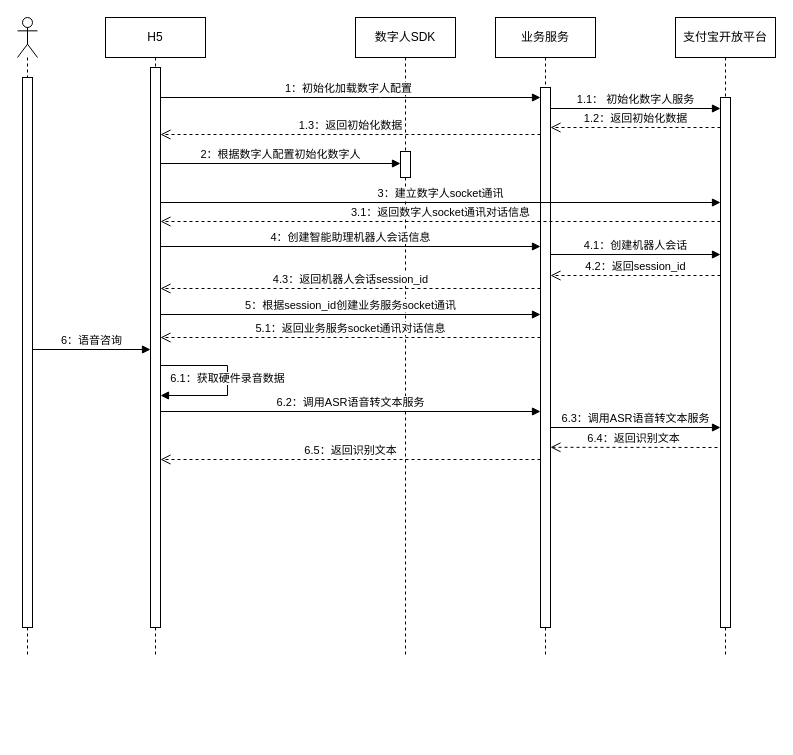
Earlier version of the draw.io diagram 数字人客服交互流程.drawio (zhuxuchao/zhuxuchao.github.io). Source tidied: cells renumbered, new cells numbered last; positions are measured from the earlier drawing's top-left corner, leaving out a move shared by most shapes. Both pictures are drawn from the tidied source at 100%, with x=0, y=0 at pixel (17, 17).
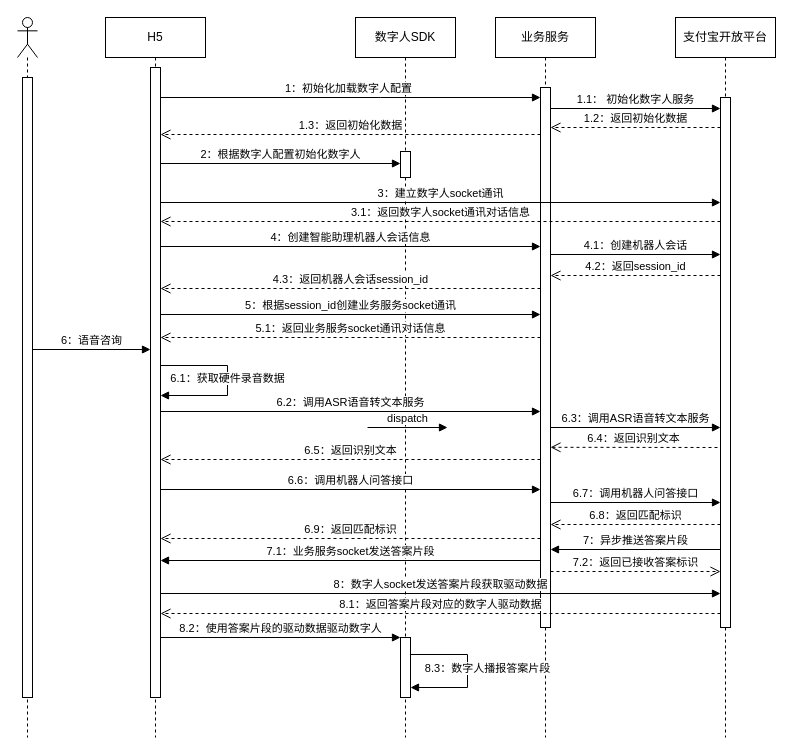
Above is the later version.

Commit message (it also covers changes not shown here):
更新数字人客服交互流程.drawio

Unchanged cells that the change refers to:
```xml
<mxCell id="8" style="html=1;points=[];perimeter=orthogonalPerimeter;outlineConnect=0;targetShapes=umlLifeline;portConstraint=eastwest;newEdgeStyle={&quot;edgeStyle&quot;:&quot;elbowEdgeStyle&quot;,&quot;elbow&quot;:&quot;vertical&quot;,&quot;curved&quot;:0,&quot;rounded&quot;:0};" parent="7" vertex="1">
  <mxGeometry x="45" y="80" width="10" height="530" as="geometry" />
</mxCell>
```

The edit, as a diff of the source:
```diff
@@
     <mxCell id="2" value="数字人SDK" style="shape=umlLifeline;perimeter=lifelinePerimeter;whiteSpace=wrap;html=1;newEdgeStyle={&quot;edgeStyle&quot;:&quot;elbowEdgeStyle&quot;,&quot;elbow&quot;:&quot;vertical&quot;,&quot;curved&quot;:0,&quot;rounded&quot;:0};" parent="1" vertex="1">
-      <mxGeometry x="338" width="100" height="640" as="geometry" />
+      <mxGeometry x="338" width="100" height="720" as="geometry" />
     </mxCell>
@@
     <mxCell id="4" value="业务服务" style="shape=umlLifeline;perimeter=lifelinePerimeter;whiteSpace=wrap;html=1;newEdgeStyle={&quot;edgeStyle&quot;:&quot;elbowEdgeStyle&quot;,&quot;elbow&quot;:&quot;vertical&quot;,&quot;curved&quot;:0,&quot;rounded&quot;:0};" parent="1" vertex="1">
-      <mxGeometry x="478" width="100" height="640" as="geometry" />
+      <mxGeometry x="478" width="100" height="720" as="geometry" />
     </mxCell>
@@
     <mxCell id="7" value="支付宝开放平台" style="shape=umlLifeline;perimeter=lifelinePerimeter;whiteSpace=wrap;html=1;newEdgeStyle={&quot;edgeStyle&quot;:&quot;elbowEdgeStyle&quot;,&quot;elbow&quot;:&quot;vertical&quot;,&quot;curved&quot;:0,&quot;rounded&quot;:0};" parent="1" vertex="1">
-      <mxGeometry x="658" width="100" height="640" as="geometry" />
+      <mxGeometry x="658" width="100" height="720" as="geometry" />
     </mxCell>
@@
     <mxCell id="9" value="H5" style="shape=umlLifeline;perimeter=lifelinePerimeter;whiteSpace=wrap;html=1;outlineConnect=0;portConstraint=eastwest;newEdgeStyle={&quot;edgeStyle&quot;:&quot;elbowEdgeStyle&quot;,&quot;elbow&quot;:&quot;vertical&quot;,&quot;curved&quot;:0,&quot;rounded&quot;:0};" parent="1" vertex="1">
-      <mxGeometry x="88" width="100" height="640" as="geometry" />
+      <mxGeometry x="88" width="100" height="720" as="geometry" />
     </mxCell>
     <mxCell id="10" style="html=1;points=[];perimeter=orthogonalPerimeter;outlineConnect=0;targetShapes=umlLifeline;portConstraint=eastwest;newEdgeStyle={&quot;edgeStyle&quot;:&quot;elbowEdgeStyle&quot;,&quot;elbow&quot;:&quot;vertical&quot;,&quot;curved&quot;:0,&quot;rounded&quot;:0};" parent="9" vertex="1">
-      <mxGeometry x="45" y="50" width="10" height="560" as="geometry" />
+      <mxGeometry x="45" y="50" width="10" height="630" as="geometry" />
     </mxCell>
@@
     <mxCell id="22" style="shape=umlLifeline;perimeter=lifelinePerimeter;whiteSpace=wrap;html=1;newEdgeStyle={&quot;curved&quot;:0,&quot;rounded&quot;:0};participant=umlActor;" parent="1" vertex="1">
-      <mxGeometry width="20" height="640" as="geometry" />
+      <mxGeometry width="20" height="720" as="geometry" />
     </mxCell>
     <mxCell id="23" style="html=1;perimeter=orthogonalPerimeter;targetShapes=umlLifeline;newEdgeStyle={&quot;curved&quot;:0,&quot;rounded&quot;:0};" parent="22" vertex="1">
-      <mxGeometry x="5" y="60" width="10" height="550" as="geometry" />
+      <mxGeometry x="5" y="60" width="10" height="620" as="geometry" />
     </mxCell>
@@
+    <mxCell id="31" value="6.6：调用机器人问答接口" style="html=1;verticalAlign=bottom;endArrow=block;curved=0;rounded=0;" parent="1" edge="1">
+      <mxGeometry relative="1" as="geometry">
+        <mxPoint x="143" y="472" as="sourcePoint" />
+        <mxPoint x="523" y="472" as="targetPoint" />
+      </mxGeometry>
+    </mxCell>
+    <mxCell id="32" value="6.7：调用机器人问答接口" style="html=1;verticalAlign=bottom;endArrow=block;curved=0;rounded=0;" parent="1" edge="1" target="8">
+      <mxGeometry relative="1" as="geometry">
+        <mxPoint x="533" y="485" as="sourcePoint" />
+      </mxGeometry>
+    </mxCell>
+    <mxCell id="33" value="6.9：返回匹配标识" style="html=1;verticalAlign=bottom;endArrow=open;dashed=1;endSize=8;curved=0;rounded=0;" parent="1" edge="1" target="10">
+      <mxGeometry relative="1" as="geometry">
+        <mxPoint x="523" y="521" as="sourcePoint" />
+      </mxGeometry>
+    </mxCell>
+    <mxCell id="34" value="6.8：返回匹配标识" style="html=1;verticalAlign=bottom;endArrow=open;dashed=1;endSize=8;curved=0;rounded=0;" parent="1" edge="1">
+      <mxGeometry relative="1" as="geometry">
+        <mxPoint x="703" y="507" as="sourcePoint" />
+        <mxPoint x="533" y="507" as="targetPoint" />
+      </mxGeometry>
+    </mxCell>
+    <mxCell id="35" value="7：异步推送答案片段" style="html=1;verticalAlign=bottom;endArrow=block;curved=0;rounded=0;" parent="1" edge="1">
+      <mxGeometry relative="1" as="geometry">
+        <mxPoint x="703" y="532" as="sourcePoint" />
+        <mxPoint x="533" y="532" as="targetPoint" />
+      </mxGeometry>
+    </mxCell>
+    <mxCell id="36" value="7.1：业务服务socket发送答案片段" style="html=1;verticalAlign=bottom;endArrow=block;curved=0;rounded=0;" parent="1" edge="1" target="10">
+      <mxGeometry relative="1" as="geometry">
+        <mxPoint x="523" y="543" as="sourcePoint" />
+      </mxGeometry>
+    </mxCell>
+    <mxCell id="37" value="7.2：返回已接收答案标识" style="html=1;verticalAlign=bottom;endArrow=open;dashed=1;endSize=8;curved=0;rounded=0;" parent="1" edge="1">
+      <mxGeometry relative="1" as="geometry">
+        <mxPoint x="533" y="554" as="sourcePoint" />
+        <mxPoint x="703" y="554" as="targetPoint" />
+      </mxGeometry>
+    </mxCell>
+    <mxCell id="38" value="dispatch" style="html=1;verticalAlign=bottom;endArrow=block;curved=0;rounded=0;" parent="1" edge="1">
+      <mxGeometry relative="1" as="geometry">
+        <mxPoint x="350" y="410" as="sourcePoint" />
+        <mxPoint x="430" y="410" as="targetPoint" />
+      </mxGeometry>
+    </mxCell>
+    <mxCell id="39" value="8：数字人socket发送答案片段获取驱动数据" style="html=1;verticalAlign=bottom;endArrow=block;curved=0;rounded=0;" parent="1" edge="1">
+      <mxGeometry relative="1" as="geometry">
+        <mxPoint x="143" y="576" as="sourcePoint" />
+        <mxPoint x="703" y="576" as="targetPoint" />
+      </mxGeometry>
+    </mxCell>
+    <mxCell id="40" value="8.1：返回答案片段对应的数字人驱动数据" style="html=1;verticalAlign=bottom;endArrow=open;dashed=1;endSize=8;curved=0;rounded=0;" parent="1" edge="1">
+      <mxGeometry relative="1" as="geometry">
+        <mxPoint x="703" y="596" as="sourcePoint" />
+        <mxPoint x="143" y="596" as="targetPoint" />
+      </mxGeometry>
+    </mxCell>
+    <mxCell id="41" style="html=1;points=[[0,0,0,0,5],[0,1,0,0,-5],[1,0,0,0,5],[1,1,0,0,-5]];perimeter=orthogonalPerimeter;outlineConnect=0;targetShapes=umlLifeline;portConstraint=eastwest;newEdgeStyle={&quot;curved&quot;:0,&quot;rounded&quot;:0};" parent="1" vertex="1">
+      <mxGeometry x="383" y="620" width="10" height="60" as="geometry" />
+    </mxCell>
+    <mxCell id="42" value="8.2：使用答案片段的驱动数据驱动数字人" style="html=1;verticalAlign=bottom;endArrow=block;curved=0;rounded=0;" parent="1" edge="1" source="10" target="41">
+      <mxGeometry relative="1" as="geometry" />
+    </mxCell>
+    <mxCell id="43" value="8.3：数字人播报答案片段" style="html=1;verticalAlign=bottom;endArrow=block;curved=0;rounded=0;" parent="1" edge="1" target="41">
+      <mxGeometry x="0.09" y="20" relative="1" as="geometry">
+        <mxPoint x="393" y="637" as="sourcePoint" />
+        <Array as="points">
+          <mxPoint x="450" y="637" />
+          <mxPoint x="450" y="650" />
+          <mxPoint x="450" y="670" />
+        </Array>
+      </mxGeometry>
+    </mxCell>
```
